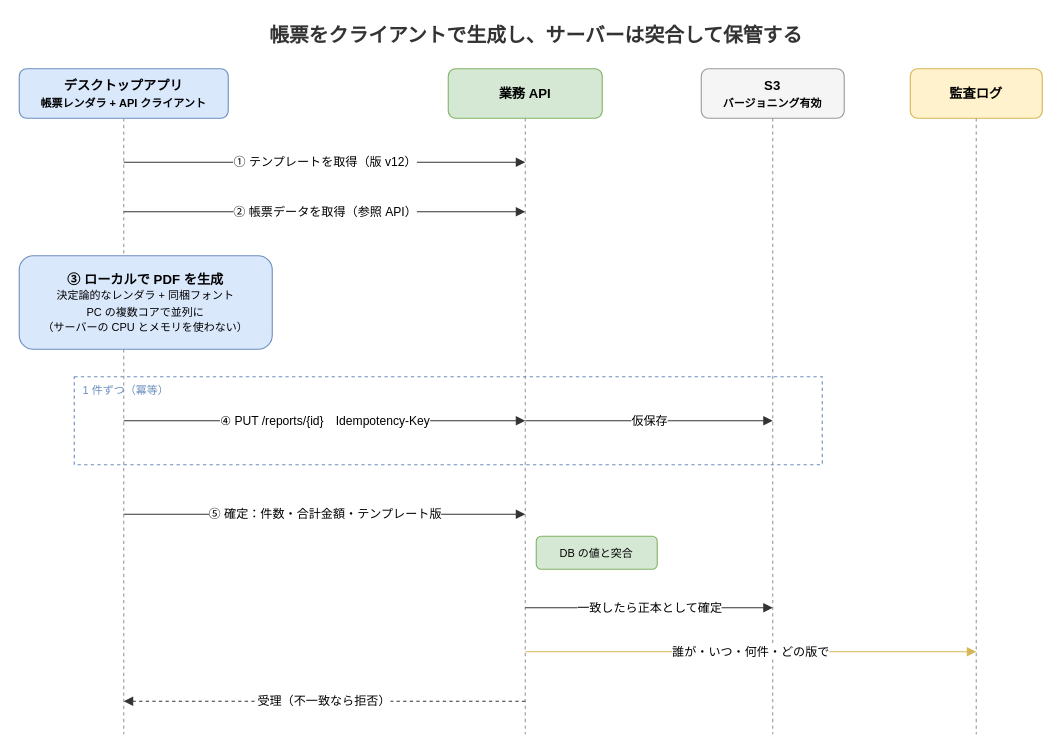
hdknr/blogs keeps this draw.io diagram as static/images/distributed-spa-client-report.drawio. Above is the earlier version. Source tidied: cells renumbered, new cells numbered last; positions are measured from the earlier drawing's top-left corner, leaving out a move shared by most shapes. Both pictures are drawn from the tidied source at 110%, with x=0, y=0 at pixel (19, 19).
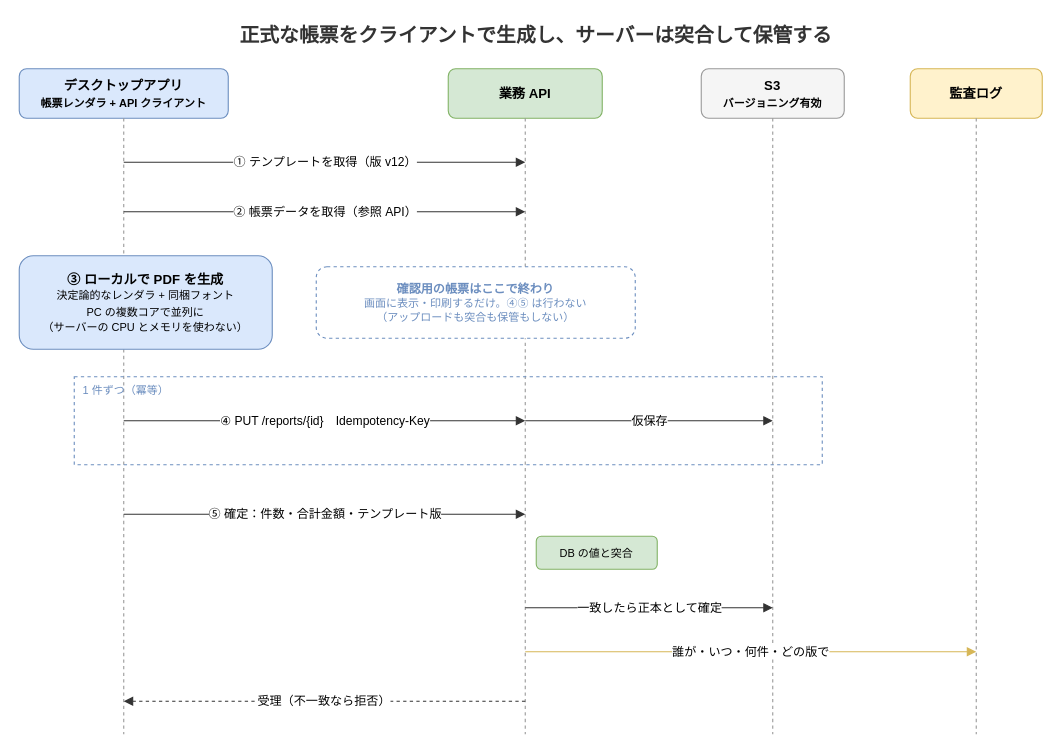
The same diagram, later.

Change to the diagram source:
```diff
@@
-    <mxCell id="2" value="帳票をクライアントで生成し、サーバーは突合して保管する" style="text;html=1;fontSize=18;fontStyle=1;align=center;verticalAlign=middle;whiteSpace=wrap;fontColor=#333333;" parent="1" vertex="1">
+    <mxCell id="2" value="正式な帳票をクライアントで生成し、サーバーは突合して保管する" style="text;html=1;fontSize=18;fontStyle=1;align=center;verticalAlign=middle;whiteSpace=wrap;fontColor=#333333;" parent="1" vertex="1">
       <mxGeometry x="120" width="700" height="30" as="geometry" />
     </mxCell>
@@
+    <mxCell id="22" value="&lt;b&gt;確認用の帳票はここで終わり&lt;/b&gt;&lt;br&gt;&lt;font style=&quot;font-size:10px&quot;&gt;画面に表示・印刷するだけ。④⑤ は行わない&lt;br&gt;（アップロードも突合も保管もしない）&lt;/font&gt;" style="rounded=1;whiteSpace=wrap;html=1;fillColor=#ffffff;strokeColor=#6c8ebf;dashed=1;fontSize=11;fontColor=#6c8ebf;" parent="1" vertex="1">
+      <mxGeometry x="270" y="225" width="290" height="65" as="geometry" />
+    </mxCell>
```
